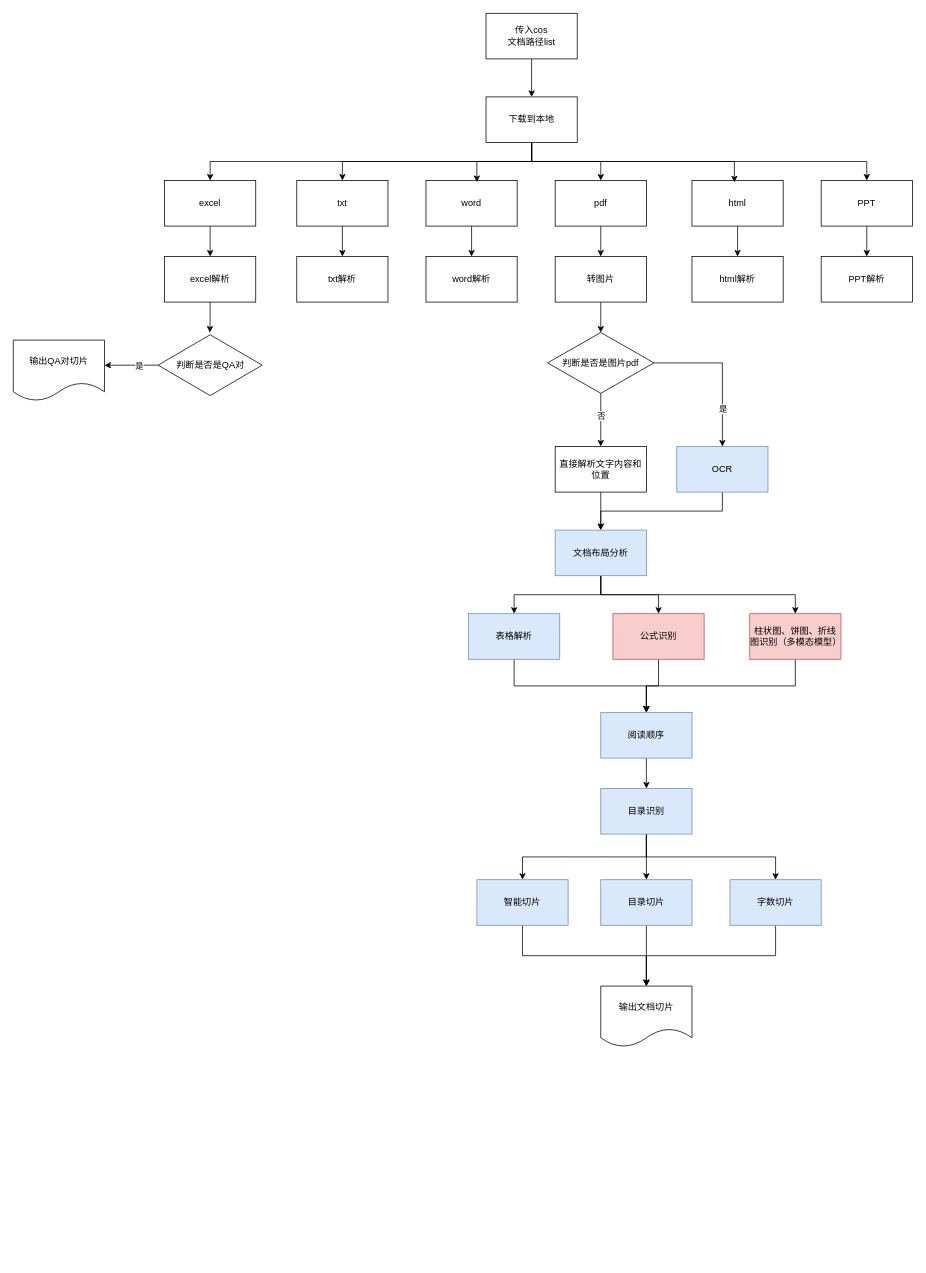
Earlier version of the draw.io diagram Untitled Diagram.drawio (archwolf118/AI). Source tidied: cells renumbered, new cells numbered last; positions are measured from the earlier drawing's top-left corner, leaving out a move shared by most shapes. Both pictures are drawn from the tidied source at 76%, with x=0, y=0 at pixel (13, 13).
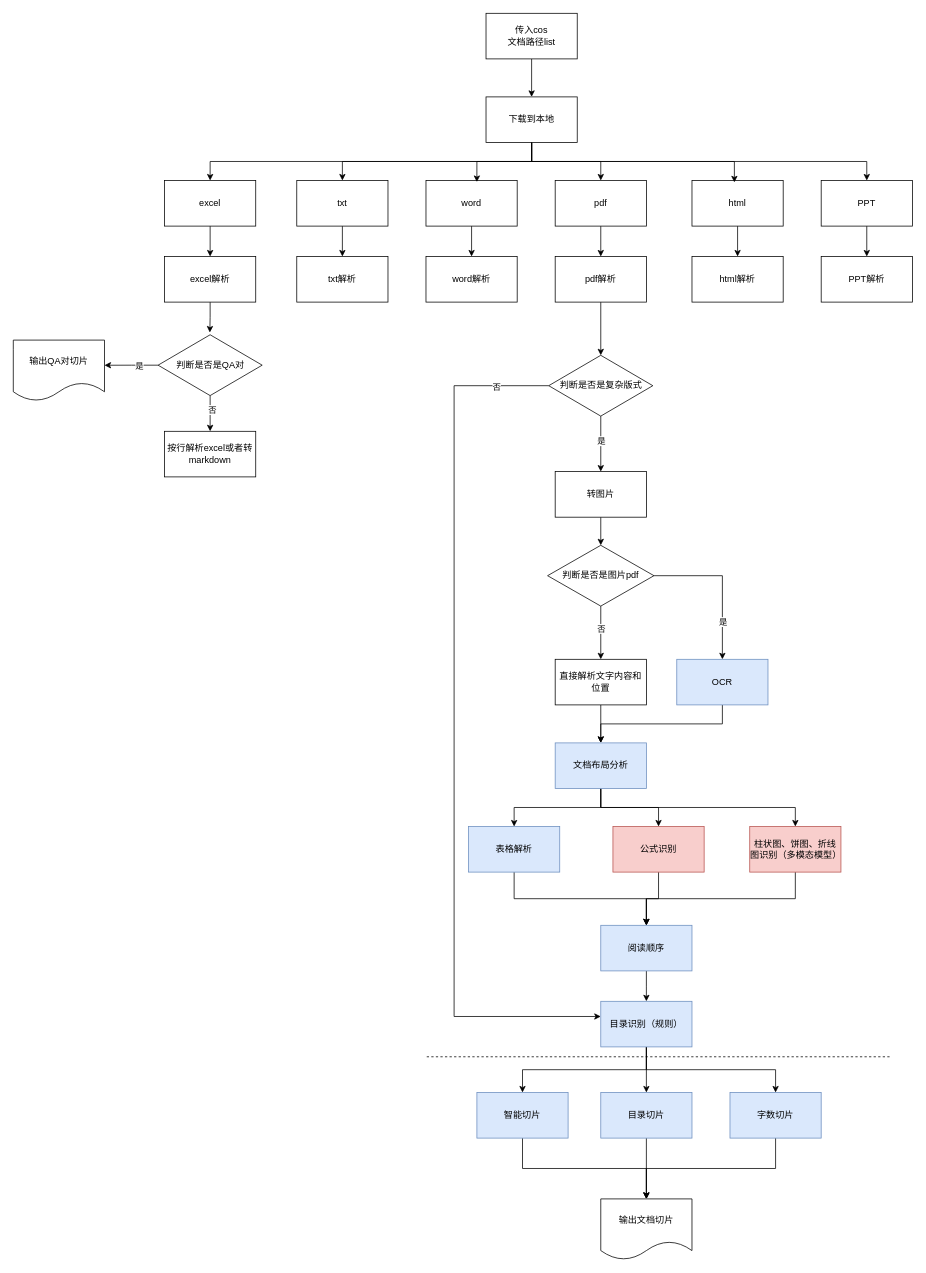
The same page after the edit.

Unchanged cells that the change refers to:
```xml
<mxCell id="14" value="pdf" style="rounded=0;whiteSpace=wrap;html=1;" parent="1" vertex="1">
  <mxGeometry x="713" y="220" width="120" height="60" as="geometry" />
</mxCell>
<mxCell id="46" value="判断是否是QA对" style="rhombus;whiteSpace=wrap;html=1;" parent="1" vertex="1">
  <mxGeometry x="190.5" y="423" width="137" height="80" as="geometry" />
</mxCell>
```

The edit, as a diff of the source:
```diff
@@
-    <mxCell id="13" style="edgeStyle=orthogonalEdgeStyle;rounded=0;jettySize=auto;html=1;exitX=0.5;exitY=1;exitDx=0;exitDy=0;entryX=0.5;entryY=0;entryDx=0;entryDy=0;" parent="1" edge="1" source="14" target="24">
-      <mxGeometry relative="1" as="geometry" />
-    </mxCell>
+    <mxCell id="67" style="edgeStyle=orthogonalEdgeStyle;rounded=0;jettySize=auto;html=1;exitX=0.5;exitY=1;exitDx=0;exitDy=0;entryX=0.5;entryY=0;entryDx=0;entryDy=0;" parent="1" edge="1" source="14" target="73">
+      <mxGeometry relative="1" as="geometry" />
+    </mxCell>
@@
     <mxCell id="22" value="表格解析" style="rounded=0;whiteSpace=wrap;html=1;fillColor=#dae8fc;strokeColor=#6c8ebf;" parent="1" vertex="1">
-      <mxGeometry x="599" y="790" width="120" height="60" as="geometry" />
+      <mxGeometry x="599" y="1070" width="120" height="60" as="geometry" />
     </mxCell>
@@
     <mxCell id="24" value="转图片" style="rounded=0;whiteSpace=wrap;html=1;" parent="1" vertex="1">
-      <mxGeometry x="713" y="320" width="120" height="60" as="geometry" />
+      <mxGeometry x="713" y="603" width="120" height="60" as="geometry" />
     </mxCell>
@@
     <mxCell id="27" style="edgeStyle=orthogonalEdgeStyle;rounded=0;jettySize=auto;html=1;exitX=0.5;exitY=1;exitDx=0;exitDy=0;" parent="1" edge="1" source="29">
       <mxGeometry relative="1" as="geometry">
-        <mxPoint x="773" y="570" as="targetPoint" />
+        <mxPoint x="773" y="850" as="targetPoint" />
       </mxGeometry>
     </mxCell>
@@
     <mxCell id="29" value="判断是否是图片pdf" style="rhombus;whiteSpace=wrap;html=1;" parent="1" vertex="1">
-      <mxGeometry x="703" y="420" width="140" height="80" as="geometry" />
+      <mxGeometry x="703" y="700" width="140" height="80" as="geometry" />
     </mxCell>
@@
     <mxCell id="31" value="OCR" style="rounded=0;whiteSpace=wrap;html=1;fillColor=#dae8fc;strokeColor=#6c8ebf;" parent="1" vertex="1">
-      <mxGeometry x="873" y="570" width="120" height="60" as="geometry" />
+      <mxGeometry x="873" y="850" width="120" height="60" as="geometry" />
     </mxCell>
@@
     <mxCell id="33" value="直接解析文字内容和位置" style="rounded=0;whiteSpace=wrap;html=1;" parent="1" vertex="1">
-      <mxGeometry x="713" y="570" width="120" height="60" as="geometry" />
+      <mxGeometry x="713" y="850" width="120" height="60" as="geometry" />
     </mxCell>
@@
     <mxCell id="37" value="文档布局分析" style="rounded=0;whiteSpace=wrap;html=1;fillColor=#dae8fc;strokeColor=#6c8ebf;" parent="1" vertex="1">
-      <mxGeometry x="713" y="680" width="120" height="60" as="geometry" />
+      <mxGeometry x="713" y="960" width="120" height="60" as="geometry" />
     </mxCell>
@@
     <mxCell id="41" value="公式识别" style="rounded=0;whiteSpace=wrap;html=1;fillColor=#f8cecc;strokeColor=#b85450;" parent="1" vertex="1">
-      <mxGeometry x="789" y="790" width="120" height="60" as="geometry" />
+      <mxGeometry x="789" y="1070" width="120" height="60" as="geometry" />
     </mxCell>
@@
     <mxCell id="43" value="柱状图、饼图、折线图识别（多模态模型）" style="rounded=0;whiteSpace=wrap;html=1;fillColor=#f8cecc;strokeColor=#b85450;" parent="1" vertex="1">
-      <mxGeometry x="969" y="790" width="120" height="60" as="geometry" />
+      <mxGeometry x="969" y="1070" width="120" height="60" as="geometry" />
     </mxCell>
@@
+    <mxCell id="68" style="edgeStyle=orthogonalEdgeStyle;rounded=0;jettySize=auto;html=1;exitX=0.5;exitY=1;exitDx=0;exitDy=0;entryX=0.5;entryY=0;entryDx=0;entryDy=0;" parent="1" edge="1" source="46" target="70">
+      <mxGeometry relative="1" as="geometry" />
+    </mxCell>
+    <mxCell id="69" value="否" style="edgeLabel;html=1;align=center;verticalAlign=middle;" parent="68" vertex="1">
+      <mxGeometry x="-0.25" y="2" relative="1" as="geometry" />
+    </mxCell>
@@
     <mxCell id="54" style="edgeStyle=orthogonalEdgeStyle;rounded=0;jettySize=auto;html=1;exitX=0.5;exitY=1;exitDx=0;exitDy=0;" parent="1" edge="1" source="55">
       <mxGeometry relative="1" as="geometry">
-        <mxPoint x="833" y="1020" as="targetPoint" />
+        <mxPoint x="833" y="1300" as="targetPoint" />
       </mxGeometry>
     </mxCell>
     <mxCell id="55" value="阅读顺序" style="rounded=0;whiteSpace=wrap;html=1;fillColor=#dae8fc;strokeColor=#6c8ebf;" parent="1" vertex="1">
-      <mxGeometry x="773" y="920" width="120" height="60" as="geometry" />
+      <mxGeometry x="773" y="1200" width="120" height="60" as="geometry" />
     </mxCell>
@@
-    <mxCell id="59" value="目录识别" style="rounded=0;whiteSpace=wrap;html=1;fillColor=#dae8fc;strokeColor=#6c8ebf;" parent="1" vertex="1">
-      <mxGeometry x="773" y="1020" width="120" height="60" as="geometry" />
+    <mxCell id="59" value="目录识别（规则&lt;span style=&quot;background-color: initial;&quot;&gt;）&lt;/span&gt;" style="rounded=0;whiteSpace=wrap;html=1;fillColor=#dae8fc;strokeColor=#6c8ebf;" parent="1" vertex="1">
+      <mxGeometry x="773" y="1300" width="120" height="60" as="geometry" />
     </mxCell>
@@
     <mxCell id="61" value="智能切片" style="rounded=0;whiteSpace=wrap;html=1;fillColor=#dae8fc;strokeColor=#6c8ebf;" parent="1" vertex="1">
-      <mxGeometry x="610" y="1140" width="120" height="60" as="geometry" />
+      <mxGeometry x="610" y="1420" width="120" height="60" as="geometry" />
     </mxCell>
@@
     <mxCell id="63" value="目录切片" style="rounded=0;whiteSpace=wrap;html=1;fillColor=#dae8fc;strokeColor=#6c8ebf;" parent="1" vertex="1">
-      <mxGeometry x="773" y="1140" width="120" height="60" as="geometry" />
+      <mxGeometry x="773" y="1420" width="120" height="60" as="geometry" />
     </mxCell>
@@
     <mxCell id="65" value="字数切片" style="rounded=0;whiteSpace=wrap;html=1;fillColor=#dae8fc;strokeColor=#6c8ebf;" parent="1" vertex="1">
-      <mxGeometry x="943" y="1140" width="120" height="60" as="geometry" />
+      <mxGeometry x="943" y="1420" width="120" height="60" as="geometry" />
     </mxCell>
     <mxCell id="66" value="输出文档切片" style="shape=document;whiteSpace=wrap;html=1;boundedLbl=1;" parent="1" vertex="1">
-      <mxGeometry x="773" y="1280" width="120" height="80" as="geometry" />
+      <mxGeometry x="773" y="1560" width="120" height="80" as="geometry" />
     </mxCell>
+    <mxCell id="70" value="按行解析excel或者转markdown" style="rounded=0;whiteSpace=wrap;html=1;" parent="1" vertex="1">
+      <mxGeometry x="199" y="550" width="120" height="60" as="geometry" />
+    </mxCell>
+    <mxCell id="71" style="endArrow=none;dashed=1;html=1;rounded=0;" parent="1" edge="1">
+      <mxGeometry relative="1" as="geometry">
+        <mxPoint x="544" y="1373" as="sourcePoint" />
+        <mxPoint x="1154" y="1373" as="targetPoint" />
+      </mxGeometry>
+    </mxCell>
+    <mxCell id="72" style="edgeStyle=orthogonalEdgeStyle;rounded=0;jettySize=auto;html=1;exitX=0.5;exitY=1;exitDx=0;exitDy=0;entryX=0.5;entryY=0;entryDx=0;entryDy=0;" parent="1" edge="1" source="73" target="78">
+      <mxGeometry relative="1" as="geometry" />
+    </mxCell>
+    <mxCell id="73" value="pdf解析" style="rounded=0;whiteSpace=wrap;html=1;" parent="1" vertex="1">
+      <mxGeometry x="713" y="320" width="120" height="60" as="geometry" />
+    </mxCell>
+    <mxCell id="74" style="edgeStyle=orthogonalEdgeStyle;rounded=0;jettySize=auto;html=1;exitX=0;exitY=0.5;exitDx=0;exitDy=0;entryX=0;entryY=0.5;entryDx=0;entryDy=0;" parent="1" edge="1" source="78">
+      <mxGeometry relative="1" as="geometry">
+        <mxPoint x="773" y="1320" as="targetPoint" />
+        <Array as="points">
+          <mxPoint x="580" y="490" />
+          <mxPoint x="580" y="1320" />
+        </Array>
+      </mxGeometry>
+    </mxCell>
+    <mxCell id="75" value="否" style="edgeLabel;html=1;align=center;verticalAlign=middle;" parent="74" vertex="1">
+      <mxGeometry x="-0.88" y="1" relative="1" as="geometry" />
+    </mxCell>
+    <mxCell id="76" style="edgeStyle=orthogonalEdgeStyle;rounded=0;jettySize=auto;html=1;exitX=0.5;exitY=1;exitDx=0;exitDy=0;entryX=0.5;entryY=0;entryDx=0;entryDy=0;" parent="1" edge="1" source="78" target="24">
+      <mxGeometry relative="1" as="geometry" />
+    </mxCell>
+    <mxCell id="77" value="是" style="edgeLabel;html=1;align=center;verticalAlign=middle;" parent="76" vertex="1">
+      <mxGeometry x="-0.11" relative="1" as="geometry" />
+    </mxCell>
+    <mxCell id="78" value="判断是否是复杂版式" style="rhombus;whiteSpace=wrap;html=1;" parent="1" vertex="1">
+      <mxGeometry x="704.5" y="450" width="137" height="80" as="geometry" />
+    </mxCell>
```
